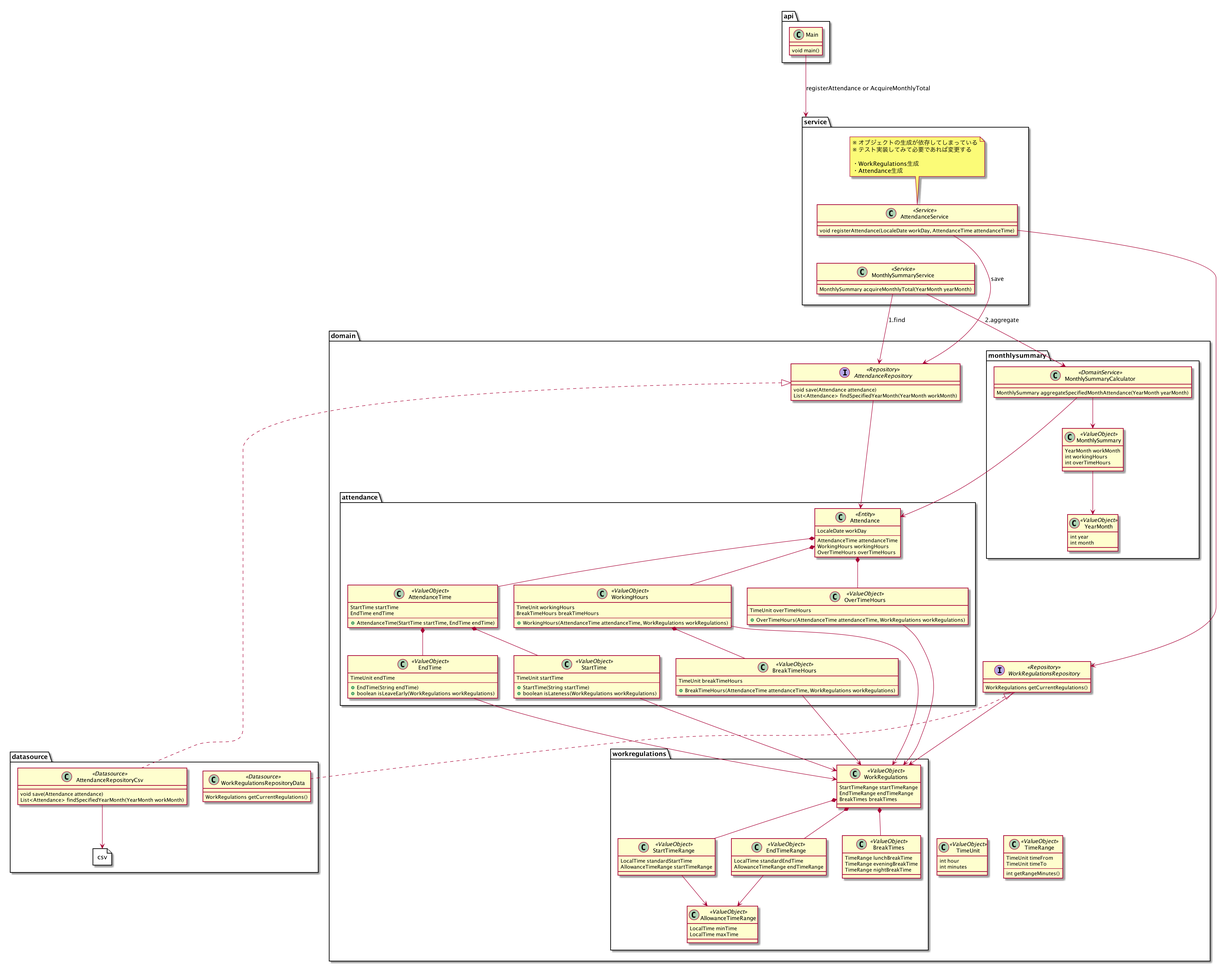
Earlier version of the PlantUML export etc/document/kintai_model.png (biglobe-isp/kintai).
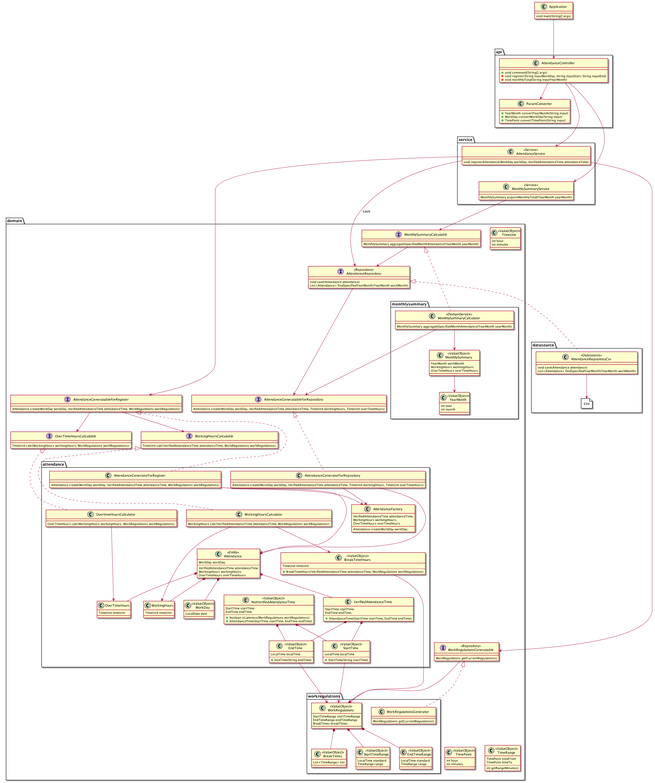
The same file after the commit.

Commit message:
モデル微調整

Diff of the diagram source:
```diff
@@ -1,25 +1,27 @@
 @startuml
 
+class Application {
+    void main(String[] args)
+}
 
 package api {
-    class Main {
-        void main()
+    class AttendanceController {
+        + void command(String[] args)
+        - void register(String inputWorkDay, String inputStart, String inputEnd)
+        - void monthlyTotal(String inputYearMonth)
+    }
+
+    class ParamConverter {
+        + YearMonth convertYearMonth(String input)
+        + WorkDay convertWorkDay(String input)
+        + TimePoint convertTimePoint(String input)
     }
 }
 
 package service {
     class AttendanceService <<Service>> {
-        void registerAttendance(LocaleDate workDay, AttendanceTime attendanceTime)
+        void registerAttendance(WorkDay workDay, VerifiedAttendanceTime attendanceTime)
     }
-
-    note as AttendanceServiceNote
-        ※ オブジェクトの生成が依存してしまっている
-        ※ テスト実装してみて必要であれば変更する
-
-        ・WorkRegulations生成
-        ・Attendance生成
-    end note
-    AttendanceServiceNote .. AttendanceService
 
     class MonthlySummaryService <<Service>> {
         MonthlySummary acquireMonthlyTotal(YearMonth yearMonth)
@@ -34,65 +36,93 @@
 
     file csv {
     }
-
-    class WorkRegulationsRepositoryData <<Datasource>> {
-        WorkRegulations getCurrentRegulations()
-    }
 }
 
 package domain {
 
     package attendance {
+        class AttendanceFactory {
+            Attendance create(WorkDay workDay,
+                              VerifiedAttendanceTime attendanceTime,
+                              WorkingHours workingHours,
+                              OverTimeHours overTimeHours
+        }
+
+        class AttendanceGeneratorForRegister {
+            Attendance create(WorkDay workDay, VerifiedAttendanceTime attendanceTime, WorkRegulations workRegulations)
+        }
+
+        class AttendanceGeneratorForRepository {
+            Attendance create(WorkDay workDay, VerifiedAttendanceTime attendanceTime, TimeUnit workingHours, TimeUnit overTimeHours)
+        }
+
         class Attendance <<Entity>>{
-            LocaleDate workDay
+            WorkDay workDay
             --
-            AttendanceTime attendanceTime
+            VerifiedAttendanceTime attendanceTime
             WorkingHours workingHours
             OverTimeHours overTimeHours
         }
 
-        class AttendanceTime <<ValueObject>> {
+        class WorkDay <<ValueObject>> {
+            LocalDate date
+        }
+
+        class VerifiedAttendanceTime {
             StartTime startTime
-            EndTime endTime
+            EndTime endTime;
             --
             + AttendanceTime(StartTime startTime, EndTime endTime)
         }
 
+        class NotVerifiedAttendanceTime <<ValueObject>> {
+            StartTime startTime
+            EndTime endTime
+            --
+            + boolean isLateness(WorkRegulations workRegulations)
+            + AttendanceTime(StartTime startTime, EndTime endTime)
+        }
+
         class StartTime <<ValueObject>> {
-            TimeUnit startTime
+            LocalTime localTime
             --
             + StartTime(String startTime)
-            + boolean isLateness(WorkRegulations workRegulations)
         }
 
         class EndTime <<ValueObject>> {
-            TimeUnit endTime
+            LocalTime localTime
             --
             + EndTime(String endTime)
-            + boolean isLeaveEarly(WorkRegulations workRegulations)
-        }
-
-        class OverTimeHours <<ValueObject>> {
-            TimeUnit overTimeHours
-            --
-            + OverTimeHours(AttendanceTime attendanceTime, WorkRegulations workRegulations)
-        }
-
-        class WorkingHours <<ValueObject>> {
-            TimeUnit workingHours
-            BreakTimeHours breakTimeHours
-            --
-            + WorkingHours(AttendanceTime attendanceTime, WorkRegulations workRegulations)
         }
 
         class BreakTimeHours <<ValueObject>> {
-            TimeUnit breakTimeHours
+            TimeUnit timeUnit
             --
-            + BreakTimeHours(AttendanceTime attendanceTime, WorkRegulations workRegulations)
+            + BreakTimeHours(VerifiedAttendanceTime attendanceTime, WorkRegulations workRegulations)
+        }
+
+        class WorkingHours {
+            TimeUnit timeUnit
+        }
+
+        class WorkingHoursCalculator {
+            WorkingHours calc(VerifiedAttendanceTime attendanceTime, WorkRegulations workRegulations);
+        }
+
+        class OverTimeHours {
+            TimeUnit timeUnit
+        }
+
+        class OvertimeHoursCalculator {
+            OverTimeHours calc(WorkingHours workingHours, WorkRegulations workRegulations);
         }
     }
 
     package workregulations {
+
+        class WorkRegulationsGenerator {
+            WorkRegulations getCurrentRegulations()
+        }
 
         class WorkRegulations <<ValueObject>> {
             StartTimeRange startTimeRange
@@ -100,26 +130,18 @@
             BreakTimes breakTimes
         }
 
-
         class StartTimeRange <<ValueObject>> {
-            LocalTime standardStartTime
-            AllowanceTimeRange startTimeRange
+            LocalTime standard
+            TimeRange range
         }
 
         class EndTimeRange <<ValueObject>> {
-            LocalTime standardEndTime
-            AllowanceTimeRange endTimeRange
-        }
-
-        class AllowanceTimeRange <<ValueObject>> {
-            LocalTime minTime
-            LocalTime maxTime
+            LocalTime standard
+            TimeRange range
         }
 
         class BreakTimes <<ValueObject>> {
-            TimeRange lunchBreakTime
-            TimeRange eveningBreakTime
-            TimeRange nightBreakTime
+            List<TimeRange> list
         }
     }
 
@@ -130,8 +152,8 @@
 
         class MonthlySummary <<ValueObject>> {
             YearMonth workMonth
-            int workingHours
-            int overTimeHours
+            WorkingHours workingHours
+            OverTimeHours overTimeHours
         }
 
         class YearMonth <<ValueObject>> {
@@ -140,70 +162,115 @@
         }
     }
 
+    class TimePoint <<ValueObject>> {
+        int hour
+        int minutes
+    }
+
     class TimeUnit <<ValueObject>> {
         int hour
         int minutes
     }
 
     class TimeRange <<ValueObject>> {
-        TimeUnit timeFrom
-        TimeUnit timeTo
+        TimePoint timeFrom
+        TimePoint timeTo
         --
         int getRangeMinutes()
+    }
+
+    interface AttendanceGeneratableForRegister {
+        Attendance create(WorkDay workDay, VerifiedAttendanceTime attendanceTime, WorkRegulations workRegulations)
+    }
+
+    interface AttendanceGeneratableForRepository {
+        Attendance create(WorkDay workDay, VerifiedAttendanceTime attendanceTime, TimeUnit workingHours, TimeUnit overTimeHours)
+    }
+
+    interface WorkRegulationsGeneratable <<Repository>> {
+        WorkRegulations getCurrentRegulations()
+    }
+
+    interface WorkingHoursCalculable {
+        TimeUnit calc(VerifiedAttendanceTime attendanceTime, WorkRegulations workRegulations);
+    }
+
+    interface OverTimeHoursCalculable {
+        TimeUnit calc(WorkingHours workingHours, WorkRegulations workRegulations);
+    }
+
+    interface MonthlySummaryCalculable {
+        MonthlySummary aggregateSpecifiedMonthAttendance(YearMonth yearMonth)
     }
 
     interface AttendanceRepository <<Repository>> {
         void save(Attendance attendance)
         List<Attendance> findSpecifiedYearMonth(YearMonth workMonth)
     }
-
-    interface WorkRegulationsRepository <<Repository>> {
-        WorkRegulations getCurrentRegulations()
-    }
 }
 
 
-Main ---> service : registerAttendance or AcquireMonthlyTotal
+Application ---> AttendanceController
+AttendanceController --> ParamConverter
+AttendanceController ---> AttendanceService
+AttendanceController ---> MonthlySummaryService
+
 AttendanceService -[hidden]- MonthlySummaryService
+AttendanceService ---> AttendanceGeneratableForRegister
+AttendanceService ---> WorkRegulationsGeneratable
+AttendanceService --> AttendanceRepository : save
 
-AttendanceService --> AttendanceRepository : save
-AttendanceService --> WorkRegulationsRepository
+MonthlySummaryService --> MonthlySummaryCalculable
 
-MonthlySummaryService --> AttendanceRepository : 1.find
-MonthlySummaryService --> MonthlySummaryCalculator : 2.aggregate
+AttendanceGeneratableForRegister--> WorkingHoursCalculable
+AttendanceGeneratableForRegister--> OverTimeHoursCalculable
+
+WorkingHoursCalculator --> BreakTimeHours
+
+AttendanceGeneratorForRepository --> AttendanceFactory
+AttendanceGeneratorForRegister --> AttendanceFactory
+
+MonthlySummaryCalculable --> AttendanceRepository
 MonthlySummaryCalculator --> MonthlySummary
+MonthlySummaryCalculator ---> AttendanceGeneratableForRepository
 
-AttendanceRepository ---> Attendance
-MonthlySummaryCalculator ---> Attendance
-WorkRegulationsRepository ---> WorkRegulations
+WorkingHoursCalculator ---> WorkingHours
+OvertimeHoursCalculator ---> OverTimeHours
 
+AttendanceRepository ---> AttendanceGeneratableForRepository
+AttendanceGeneratorForRegister ---> Attendance
+AttendanceGeneratorForRepository ---> Attendance
+WorkRegulationsGeneratable ---> WorkRegulations
 AttendanceRepositoryCsv --> csv
 
-OverTimeHours ---> WorkRegulations
-WorkingHours ---> WorkRegulations
 BreakTimeHours ---> WorkRegulations
 StartTime ---> WorkRegulations
 EndTime ---> WorkRegulations
 
 AttendanceRepository <|... AttendanceRepositoryCsv
-WorkRegulationsRepository <|... WorkRegulationsRepositoryData
+WorkRegulationsGeneratable <|... WorkRegulationsGenerator
+AttendanceGeneratableForRepository <|... AttendanceGeneratorForRepository
+AttendanceGeneratableForRegister <|... AttendanceGeneratorForRegister
+WorkingHoursCalculable <|... WorkingHoursCalculator
+OverTimeHoursCalculable <|... OvertimeHoursCalculator
+MonthlySummaryCalculable <|... MonthlySummaryCalculator
 
-Attendance *-- AttendanceTime
-AttendanceTime *-- StartTime
-AttendanceTime *-- EndTime
+Attendance *-- VerifiedAttendanceTime
+VerifiedAttendanceTime *-- StartTime
+VerifiedAttendanceTime *-- EndTime
+Attendance *-- WorkDay
 Attendance *-- WorkingHours
 Attendance *-- OverTimeHours
+NotVerifiedAttendanceTime *-- StartTime
+NotVerifiedAttendanceTime *-- EndTime
 
 WorkRegulations *-- BreakTimes
 WorkRegulations *-- StartTimeRange
 WorkRegulations *-- EndTimeRange
 
-WorkingHours *-- BreakTimeHours
-StartTimeRange --> AllowanceTimeRange
-EndTimeRange --> AllowanceTimeRange
 MonthlySummary --> YearMonth
 
-WorkRegulations -[hidden]- TimeUnit
 WorkRegulations -[hidden]- TimeRange
+WorkRegulations -[hidden]- TimePoint
 
 @enduml
```
